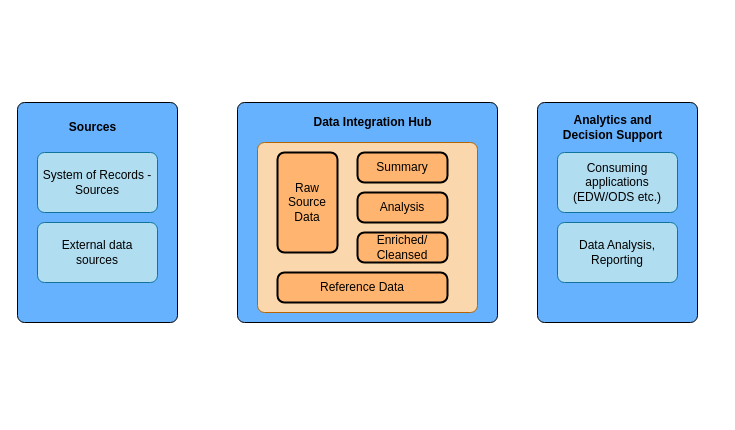
uyennt01/Project1 keeps this draw.io diagram as page "DIH Architecture" (3 of 3) of Single Customer View.drawio. Above is the earlier version. Source tidied: cells renumbered, new cells numbered last; positions are measured from the earlier drawing's top-left corner, leaving out a move shared by most shapes. Both pictures are drawn from the tidied source at 100%, with x=0, y=0 at pixel (17, 102).
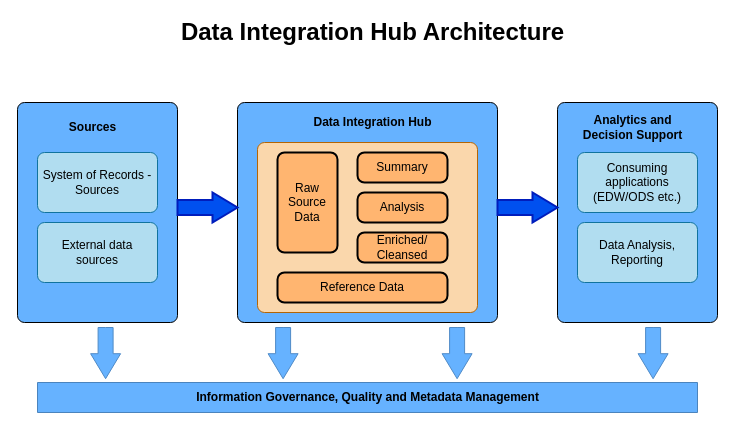
The same page after the edit.

Change to the diagram source:
```diff
@@
     <mxCell id="10" style="rounded=1;whiteSpace=wrap;html=1;absoluteArcSize=1;arcSize=14;strokeWidth=1;fillColor=#66B2FF;" parent="1" vertex="1">
-      <mxGeometry x="520" width="160" height="220" as="geometry" />
+      <mxGeometry x="540" width="160" height="220" as="geometry" />
     </mxCell>
     <mxCell id="11" value="&lt;div&gt;Analytics and &lt;br&gt;&lt;/div&gt;&lt;div&gt;Decision Support&lt;/div&gt;" style="text;html=1;align=center;verticalAlign=middle;fillColor=none;strokeColor=none;rounded=0;fontStyle=1;" parent="1" vertex="1">
-      <mxGeometry x="540" y="10" width="110" height="30" as="geometry" />
+      <mxGeometry x="560" y="10" width="110" height="30" as="geometry" />
     </mxCell>
     <mxCell id="12" value="&lt;div&gt;Consuming applications&lt;/div&gt;&lt;div&gt;(EDW/ODS etc.)&lt;br&gt;&lt;/div&gt;" style="rounded=1;whiteSpace=wrap;html=1;absoluteArcSize=1;arcSize=14;strokeWidth=1;fillColor=#b1ddf0;strokeColor=#10739e;" parent="1" vertex="1">
-      <mxGeometry x="540" y="50" width="120" height="60" as="geometry" />
+      <mxGeometry x="560" y="50" width="120" height="60" as="geometry" />
     </mxCell>
     <mxCell id="13" value="&lt;div&gt;Data Analysis,&lt;/div&gt;&lt;div&gt;Reporting&lt;br&gt;&lt;/div&gt;" style="rounded=1;whiteSpace=wrap;html=1;absoluteArcSize=1;arcSize=14;strokeWidth=1;fillColor=#b1ddf0;strokeColor=#10739e;" parent="1" vertex="1">
-      <mxGeometry x="540" y="120" width="120" height="60" as="geometry" />
+      <mxGeometry x="560" y="120" width="120" height="60" as="geometry" />
     </mxCell>
@@
+    <mxCell id="18" style="verticalLabelPosition=bottom;verticalAlign=top;html=1;strokeWidth=2;shape=mxgraph.arrows2.arrow;dy=0.5;dx=25;notch=0;fillColor=#0050ef;strokeColor=#001DBC;fontColor=#ffffff;fontStyle=1;" parent="1" vertex="1">
+      <mxGeometry x="160" y="90" width="60" height="30" as="geometry" />
+    </mxCell>
+    <mxCell id="19" style="verticalLabelPosition=bottom;verticalAlign=top;html=1;strokeWidth=2;shape=mxgraph.arrows2.arrow;dy=0.5;dx=25;notch=0;fillColor=#0050ef;strokeColor=#001DBC;fontColor=#ffffff;" parent="1" vertex="1">
+      <mxGeometry x="480" y="90" width="60" height="30" as="geometry" />
+    </mxCell>
+    <mxCell id="20" value="Information Governance, Quality and Metadata Management" style="verticalLabelPosition=middle;verticalAlign=middle;html=1;shape=mxgraph.basic.rect;fillColor2=none;strokeWidth=1;size=20;indent=5;fillColor=#66B2FF;labelPosition=center;align=center;fontStyle=1;strokeColor=#4B84BD;" parent="1" vertex="1">
+      <mxGeometry x="20" y="280" width="660" height="30" as="geometry" />
+    </mxCell>
+    <mxCell id="21" style="verticalLabelPosition=bottom;verticalAlign=top;html=1;strokeWidth=1;shape=mxgraph.arrows2.arrow;dy=0.5;dx=25;notch=0;fillColor=#66B2FF;strokeColor=#508BC7;fontColor=#ffffff;fontStyle=1;rotation=90;" parent="1" vertex="1">
+      <mxGeometry x="62.5" y="235.6" width="51.2" height="30" as="geometry" />
+    </mxCell>
+    <mxCell id="22" style="verticalLabelPosition=bottom;verticalAlign=top;html=1;strokeWidth=1;shape=mxgraph.arrows2.arrow;dy=0.5;dx=25;notch=0;fillColor=#66B2FF;strokeColor=#508BC7;fontColor=#ffffff;fontStyle=1;rotation=90;" parent="1" vertex="1">
+      <mxGeometry x="240" y="235.6" width="51.2" height="30" as="geometry" />
+    </mxCell>
+    <mxCell id="23" style="verticalLabelPosition=bottom;verticalAlign=top;html=1;strokeWidth=1;shape=mxgraph.arrows2.arrow;dy=0.5;dx=25;notch=0;fillColor=#66B2FF;strokeColor=#508BC7;fontColor=#ffffff;fontStyle=1;rotation=90;" parent="1" vertex="1">
+      <mxGeometry x="414" y="235.6" width="51.2" height="30" as="geometry" />
+    </mxCell>
+    <mxCell id="24" style="verticalLabelPosition=bottom;verticalAlign=top;html=1;strokeWidth=1;shape=mxgraph.arrows2.arrow;dy=0.5;dx=25;notch=0;fillColor=#66B2FF;strokeColor=#508BC7;fontColor=#ffffff;fontStyle=1;rotation=90;" parent="1" vertex="1">
+      <mxGeometry x="610" y="235.6" width="51.2" height="30" as="geometry" />
+    </mxCell>
+    <mxCell id="25" value="Data Integration Hub Architecture" style="text;html=1;align=center;verticalAlign=middle;fillColor=none;strokeColor=none;rounded=0;fontStyle=1;fontSize=24;" parent="1" vertex="1">
+      <mxGeometry x="155" y="-85" width="400" height="30" as="geometry" />
+    </mxCell>
```
